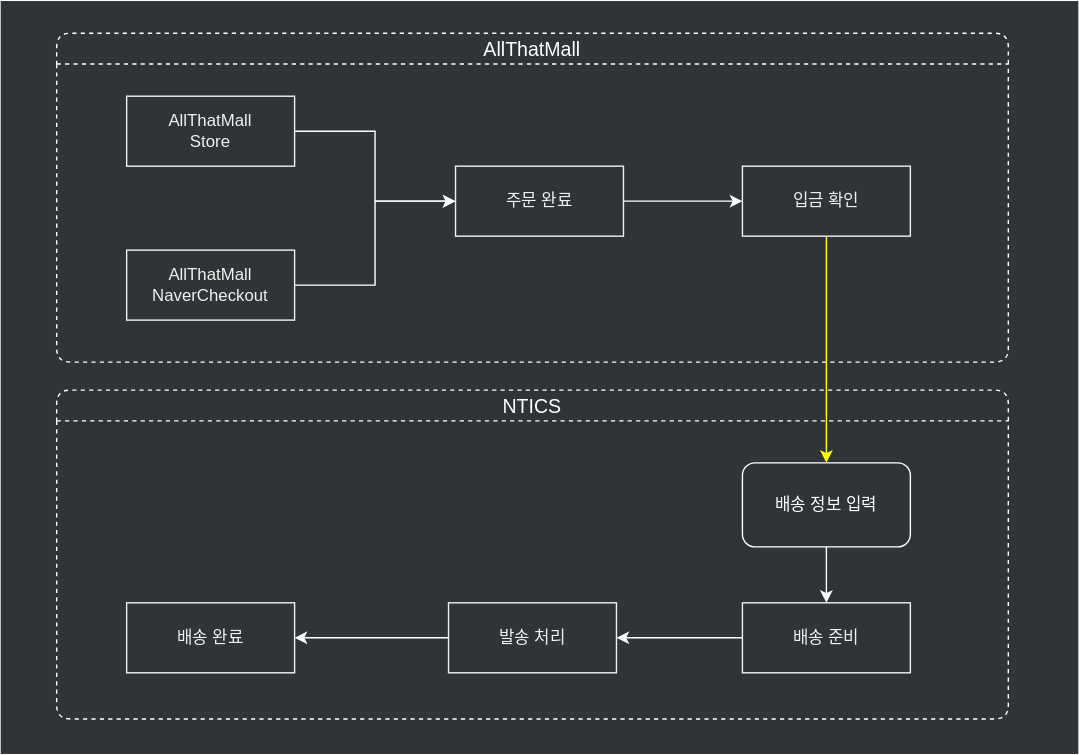
This is assets/.draw.io/documents/allthatmall-diagram.svg from jiholee-ntwglobal/jiholee-ntwglobal.github.io, a draw.io export, as it was before one commit. Source tidied: cells renumbered, new cells last; positions are measured from the earlier drawing's top-left corner, leaving out a move shared by most shapes.
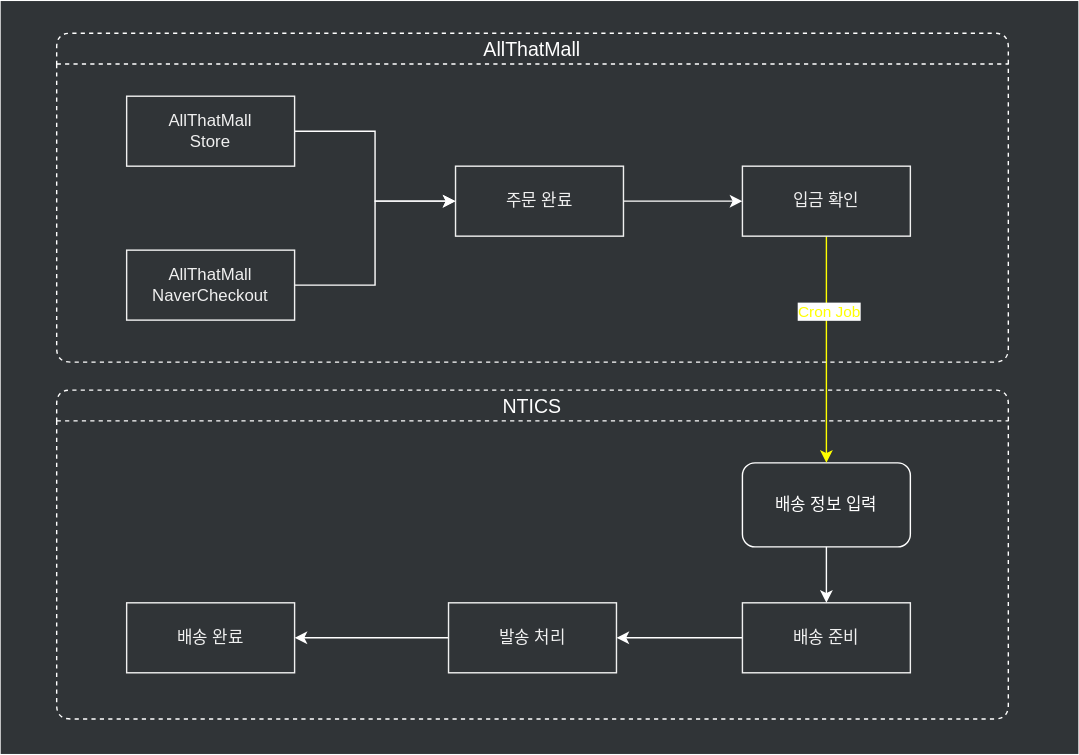
After the change.

Change to the diagram source:
```diff
@@ -54,6 +54,9 @@
     <mxCell id="17" style="edgeStyle=orthogonalEdgeStyle;rounded=0;jettySize=auto;html=1;entryX=0.5;entryY=0;entryDx=0;entryDy=0;fontColor=#FFFFFF;strokeColor=#FFFF00;" parent="1" edge="1" source="18" target="14">
       <mxGeometry relative="1" as="geometry" />
     </mxCell>
+    <mxCell id="22" value="Cron Job" style="edgeLabel;html=1;align=center;verticalAlign=middle;fontColor=#FFFF00;" parent="17" vertex="1">
+      <mxGeometry x="-0.34" y="1" relative="1" as="geometry" />
+    </mxCell>
     <mxCell id="18" value="입금 확인" style="rounded=0;whiteSpace=wrap;html=1;strokeColor=#F0F0F0;fillColor=none;fontColor=#F0F0F0;" parent="1" vertex="1">
       <mxGeometry x="530" y="118" width="120" height="50" as="geometry" />
     </mxCell>
```
